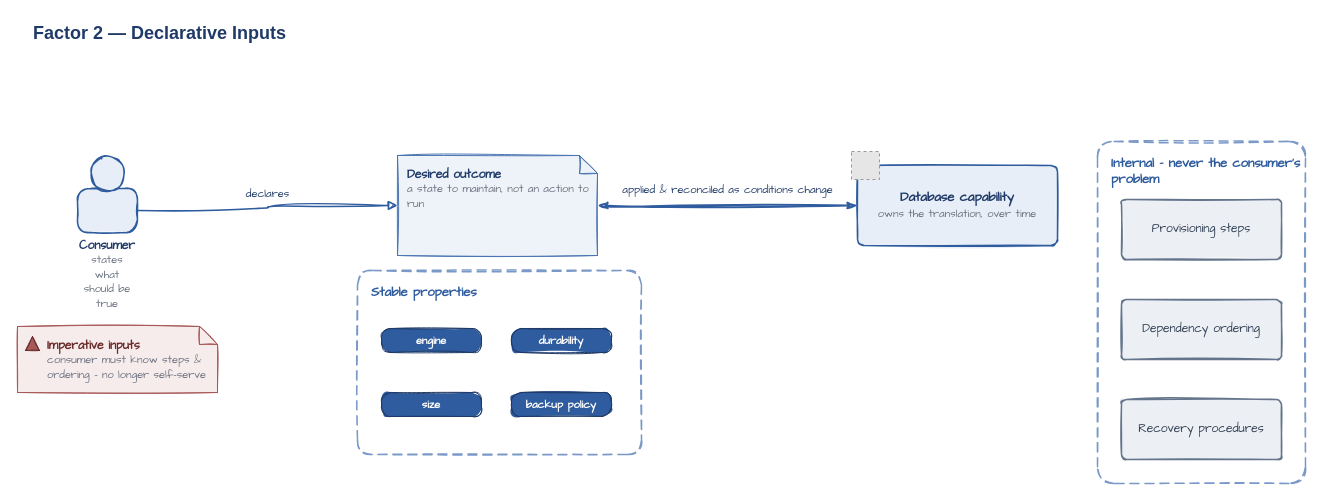
Earlier version of the draw.io diagram diagrams/factor-2-declarative-inputs.drawio (missBerg/platform-capabilities). Source tidied: cells renumbered, new cells numbered last; positions are measured from the earlier drawing's top-left corner, leaving out a move shared by most shapes. Both pictures are drawn from the tidied source at 100%, with x=0, y=0 at pixel (17, 17). Pictures stored in the file or linked from it are replaced by grey dashed boxes.
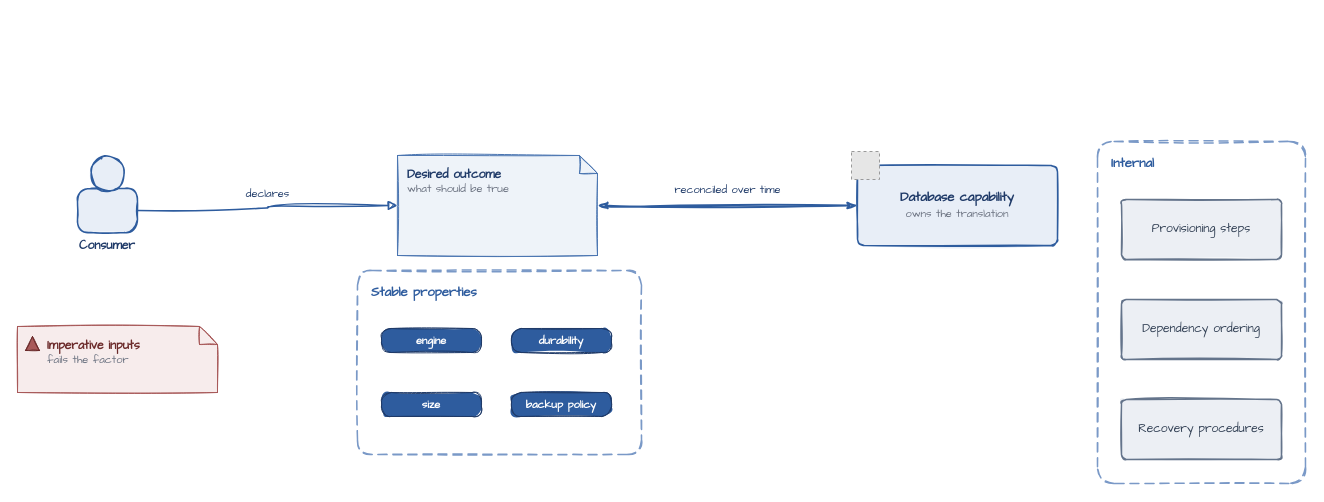
Above is the later version.

The edit, as a diff of the source:
```diff
@@
-    <mxCell id="2" value="Factor 2 — Declarative Inputs" style="text;html=1;align=left;verticalAlign=middle;whiteSpace=wrap;rounded=0;fontColor=#1F3A68;fontFamily=Helvetica;fontSize=18;fontStyle=1;spacingLeft=4;" parent="1" vertex="1">
-      <mxGeometry x="10" width="420" height="32" as="geometry" />
-    </mxCell>
@@
-    <mxCell id="4" value="&lt;b&gt;Internal - never the consumer&amp;#x27;s problem&lt;/b&gt;" style="rounded=1;whiteSpace=wrap;html=1;arcSize=8;fillColor=none;strokeColor=#7A99C7;strokeWidth=1.5;fontColor=#2E5C9E;fontFamily=Comic Sans MS;fontSize=13;align=left;verticalAlign=top;dashed=1;dashPattern=6 4;spacingLeft=12;spacingTop=8;shadow=0;sketch=1;" parent="1" vertex="1">
+    <mxCell id="4" value="&lt;b&gt;Internal&lt;/b&gt;" style="rounded=1;whiteSpace=wrap;html=1;arcSize=8;fillColor=none;strokeColor=#7A99C7;strokeWidth=1.5;fontColor=#2E5C9E;fontFamily=Comic Sans MS;fontSize=13;align=left;verticalAlign=top;dashed=1;dashPattern=6 4;spacingLeft=12;spacingTop=8;shadow=0;sketch=1;" parent="1" vertex="1">
       <mxGeometry x="1080" y="124" width="208" height="342" as="geometry" />
     </mxCell>
-    <mxCell id="5" value="&lt;b&gt;Consumer&lt;/b&gt;&lt;br&gt;&lt;font style=&quot;font-size: 11px&quot; color=&quot;#6B7280&quot;&gt;states what should be true&lt;/font&gt;" style="rounded=1;whiteSpace=wrap;html=1;arcSize=30;fillColor=#E8EEF7;strokeColor=#2E5C9E;strokeWidth=1.5;fontColor=#1F3A68;fontFamily=Comic Sans MS;fontSize=12;verticalLabelPosition=bottom;verticalAlign=top;labelPosition=center;align=center;shadow=0;sketch=1;fillStyle=solid;" parent="1" vertex="1">
+    <mxCell id="5" value="&lt;b&gt;Consumer&lt;/b&gt;" style="rounded=1;whiteSpace=wrap;html=1;arcSize=30;fillColor=#E8EEF7;strokeColor=#2E5C9E;strokeWidth=1.5;fontColor=#1F3A68;fontFamily=Comic Sans MS;fontSize=12;verticalLabelPosition=bottom;verticalAlign=top;labelPosition=center;align=center;shadow=0;sketch=1;fillStyle=solid;" parent="1" vertex="1">
       <mxGeometry x="60" y="171" width="60" height="44" as="geometry" />
     </mxCell>
@@
-    <mxCell id="7" value="&lt;b&gt;Imperative inputs&lt;/b&gt;&lt;br&gt;&lt;font style=&quot;font-size: 11px&quot; color=&quot;#6B7280&quot;&gt;consumer must know steps &amp;amp; ordering - no longer self-serve&lt;/font&gt;" style="shape=note;whiteSpace=wrap;html=1;backgroundOutline=1;fillColor=#F7ECEC;strokeColor=#A85959;strokeWidth=1;fontColor=#6B2A2A;fontFamily=Comic Sans MS;fontSize=12;align=left;verticalAlign=top;spacingLeft=28;spacingTop=6;spacingRight=8;shadow=0;size=18;sketch=1;fillStyle=solid;" parent="1" vertex="1">
+    <mxCell id="7" value="&lt;b&gt;Imperative inputs&lt;/b&gt;&lt;br&gt;&lt;font style=&quot;font-size: 11px&quot; color=&quot;#6B7280&quot;&gt;fails the factor&lt;/font&gt;" style="shape=note;whiteSpace=wrap;html=1;backgroundOutline=1;fillColor=#F7ECEC;strokeColor=#A85959;strokeWidth=1;fontColor=#6B2A2A;fontFamily=Comic Sans MS;fontSize=12;align=left;verticalAlign=top;spacingLeft=28;spacingTop=6;spacingRight=8;shadow=0;size=18;sketch=1;fillStyle=solid;" parent="1" vertex="1">
       <mxGeometry y="309" width="200" height="66" as="geometry" />
     </mxCell>
@@
-    <mxCell id="9" value="&lt;b&gt;Desired outcome&lt;/b&gt;&lt;br&gt;&lt;font style=&quot;font-size: 11px&quot; color=&quot;#6B7280&quot;&gt;a state to maintain, not an action to run&lt;/font&gt;" style="shape=note;whiteSpace=wrap;html=1;backgroundOutline=1;fillColor=#EEF3F9;strokeColor=#4A75B1;strokeWidth=1;fontColor=#1F3A68;fontFamily=Comic Sans MS;fontSize=12;align=left;verticalAlign=top;spacingLeft=8;spacingTop=6;spacingRight=8;shadow=0;size=18;sketch=1;fillStyle=solid;" parent="1" vertex="1">
+    <mxCell id="9" value="&lt;b&gt;Desired outcome&lt;/b&gt;&lt;br&gt;&lt;font style=&quot;font-size: 11px&quot; color=&quot;#6B7280&quot;&gt;what should be true&lt;/font&gt;" style="shape=note;whiteSpace=wrap;html=1;backgroundOutline=1;fillColor=#EEF3F9;strokeColor=#4A75B1;strokeWidth=1;fontColor=#1F3A68;fontFamily=Comic Sans MS;fontSize=12;align=left;verticalAlign=top;spacingLeft=8;spacingTop=6;spacingRight=8;shadow=0;size=18;sketch=1;fillStyle=solid;" parent="1" vertex="1">
       <mxGeometry x="380" y="138" width="200" height="100" as="geometry" />
     </mxCell>
@@
-    <mxCell id="14" value="&lt;b&gt;Database capability&lt;/b&gt;&lt;br&gt;&lt;font style=&quot;font-size: 11px&quot; color=&quot;#6B7280&quot;&gt;owns the translation, over time&lt;/font&gt;" style="rounded=1;whiteSpace=wrap;html=1;arcSize=8;fillColor=#E8EEF7;strokeColor=#2E5C9E;strokeWidth=1.5;fontColor=#1F3A68;fontFamily=Comic Sans MS;fontSize=13;align=center;verticalAlign=middle;shadow=0;sketch=1;fillStyle=solid;" parent="1" vertex="1">
+    <mxCell id="14" value="&lt;b&gt;Database capability&lt;/b&gt;&lt;br&gt;&lt;font style=&quot;font-size: 11px&quot; color=&quot;#6B7280&quot;&gt;owns the translation&lt;/font&gt;" style="rounded=1;whiteSpace=wrap;html=1;arcSize=8;fillColor=#E8EEF7;strokeColor=#2E5C9E;strokeWidth=1.5;fontColor=#1F3A68;fontFamily=Comic Sans MS;fontSize=13;align=center;verticalAlign=middle;shadow=0;sketch=1;fillStyle=solid;" parent="1" vertex="1">
       <mxGeometry x="840" y="148" width="200" height="80" as="geometry" />
     </mxCell>
@@
-    <mxCell id="20" value="applied &amp;amp; reconciled as conditions change" style="edgeStyle=orthogonalEdgeStyle;endArrow=classicThin;startArrow=classicThin;html=1;curved=1;rounded=0;strokeColor=#2E5C9E;strokeWidth=2;fontColor=#1F3A68;fontFamily=Comic Sans MS;fontSize=11;sketch=1;sketch=1;curveFitting=1;jiggle=2;curved=1;" parent="1" edge="1" source="9" target="14">
+    <mxCell id="20" value="reconciled over time" style="edgeStyle=orthogonalEdgeStyle;endArrow=classicThin;startArrow=classicThin;html=1;curved=1;rounded=0;strokeColor=#2E5C9E;strokeWidth=2;fontColor=#1F3A68;fontFamily=Comic Sans MS;fontSize=11;sketch=1;sketch=1;curveFitting=1;jiggle=2;curved=1;" parent="1" edge="1" source="9" target="14">
       <mxGeometry relative="1" as="geometry">
         <mxPoint y="-16" as="offset" />
       </mxGeometry>
     </mxCell>
```
